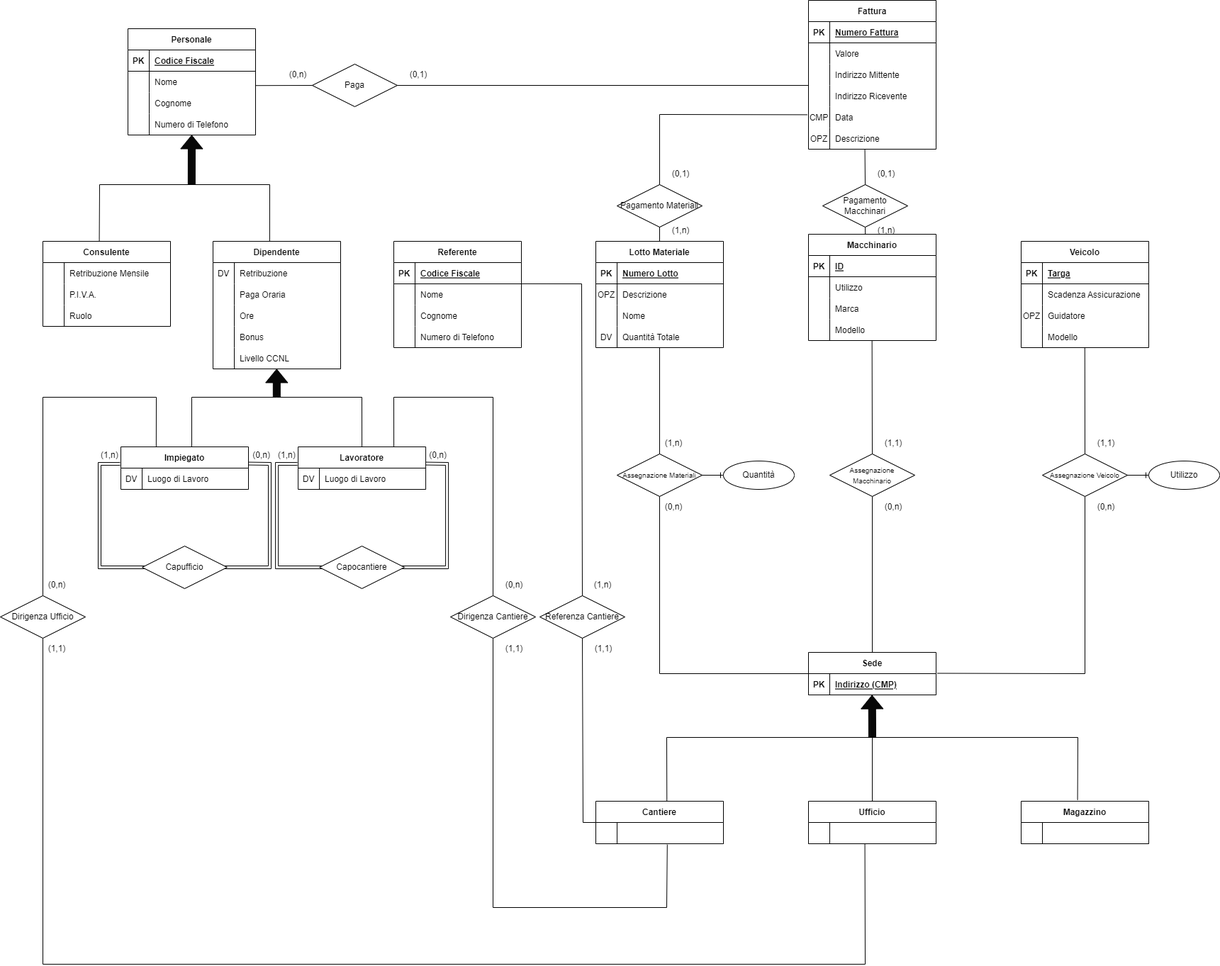
The draw.io diagram Immagine Diagramma ER.png in JacopoPassariello/BD2022, before a commit. Source tidied: cells renumbered, new cells last; positions are measured from the earlier drawing's top-left corner, leaving out a move shared by most shapes.
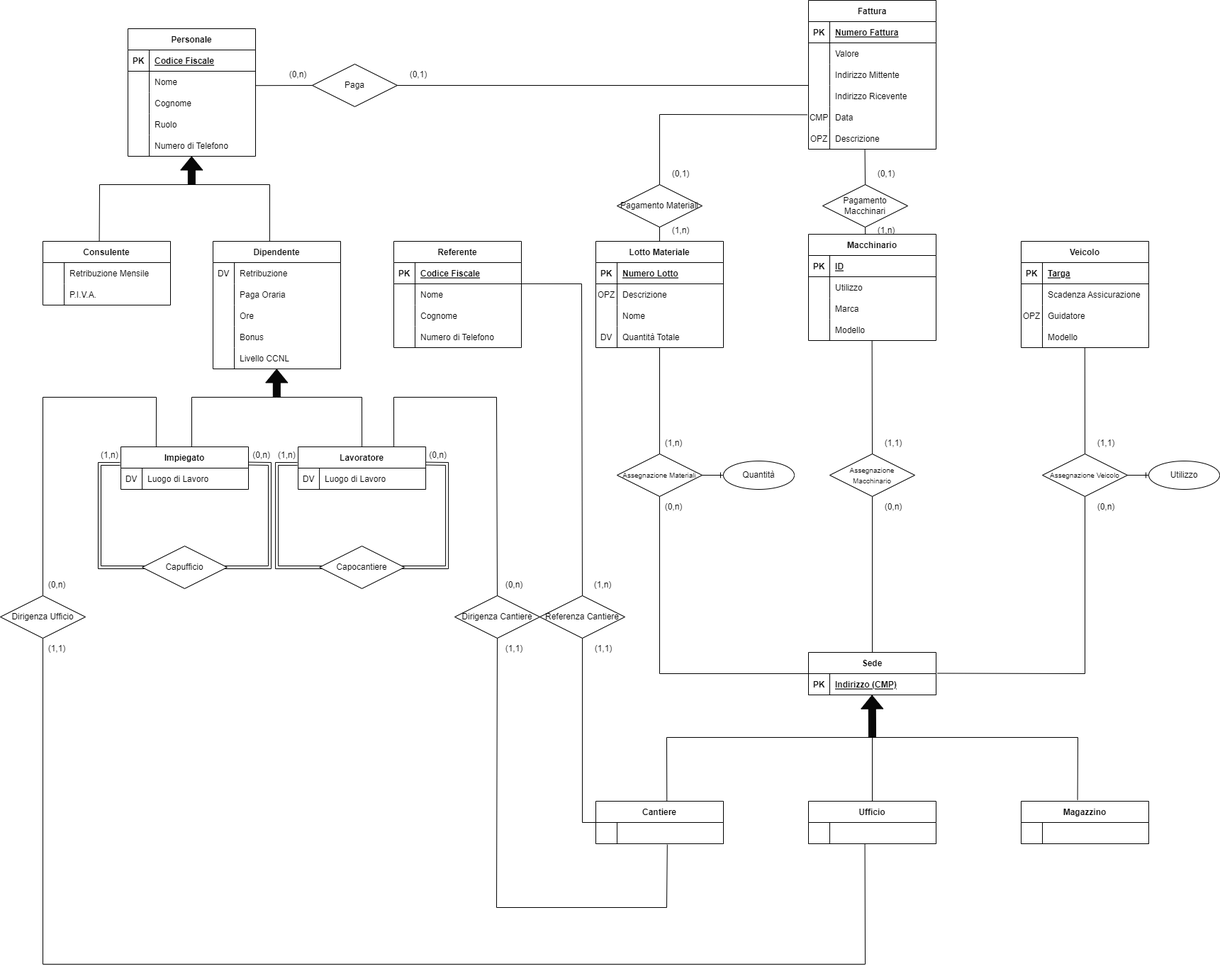
The same file after the commit.

Change to the diagram source:
```diff
@@ -3,7 +3,7 @@
     <mxCell id="0" />
     <mxCell id="1" parent="0" />
     <mxCell id="2" value="Personale" style="shape=table;startSize=30;rowLines=0;fontStyle=1;align=center;" parent="1" vertex="1">
-      <mxGeometry x="180" y="40" width="180" height="150" as="geometry" />
+      <mxGeometry x="180" y="40" width="180" height="180" as="geometry" />
     </mxCell>
     <mxCell id="3" style="shape=tableRow;horizontal=0;startSize=0;swimlaneHead=0;swimlaneBody=0;fillColor=none;top=0;left=0;right=0;bottom=1;" parent="2" vertex="1">
       <mxGeometry y="30" width="180" height="30" as="geometry" />
@@ -32,8 +32,17 @@
     <mxCell id="11" value="Cognome" style="shape=partialRectangle;fillColor=none;top=0;left=0;bottom=0;right=0;align=left;spacingLeft=6;overflow=hidden;" parent="9" vertex="1">
       <mxGeometry x="30" width="150" height="30" as="geometry" />
     </mxCell>
+    <mxCell id="206" style="shape=tableRow;horizontal=0;startSize=0;swimlaneHead=0;swimlaneBody=0;fillColor=none;top=0;left=0;right=0;bottom=0;" parent="2" vertex="1">
+      <mxGeometry y="120" width="180" height="30" as="geometry" />
+    </mxCell>
+    <mxCell id="23" style="shape=partialRectangle;fillColor=none;top=0;left=0;bottom=0;right=0;overflow=hidden;" parent="206" vertex="1">
+      <mxGeometry width="30" height="30" as="geometry" />
+    </mxCell>
+    <mxCell id="24" value="Ruolo" style="shape=partialRectangle;fillColor=none;top=0;left=0;bottom=0;right=0;align=left;spacingLeft=6;overflow=hidden;" parent="206" vertex="1">
+      <mxGeometry x="30" width="150" height="30" as="geometry" />
+    </mxCell>
     <mxCell id="12" style="shape=tableRow;horizontal=0;startSize=0;swimlaneHead=0;swimlaneBody=0;fillColor=none;points=[[0,0.5],[1,0.5]];portConstraint=eastwest;top=0;left=0;right=0;bottom=0;" parent="2" vertex="1">
-      <mxGeometry y="120" width="180" height="30" as="geometry" />
+      <mxGeometry y="150" width="180" height="30" as="geometry" />
     </mxCell>
     <mxCell id="13" style="shape=partialRectangle;fillColor=none;top=0;left=0;bottom=0;right=0;overflow=hidden;" parent="12" vertex="1">
       <mxGeometry width="30" height="30" as="geometry" />
@@ -42,7 +51,7 @@
       <mxGeometry x="30" width="150" height="30" as="geometry" />
     </mxCell>
     <mxCell id="15" value="Consulente" style="shape=table;startSize=30;rowLines=0;fontStyle=1;align=center;" parent="1" vertex="1">
-      <mxGeometry x="60" y="340" width="180" height="120" as="geometry" />
+      <mxGeometry x="60" y="340" width="180" height="90" as="geometry" />
     </mxCell>
     <mxCell id="16" style="shape=tableRow;horizontal=0;startSize=0;swimlaneHead=0;swimlaneBody=0;fillColor=none;top=0;left=0;right=0;bottom=0;" parent="15" vertex="1">
       <mxGeometry y="30" width="180" height="30" as="geometry" />
@@ -62,15 +71,6 @@
     <mxCell id="21" value="P.I.V.A." style="shape=partialRectangle;fillColor=none;top=0;left=0;bottom=0;right=0;align=left;spacingLeft=6;overflow=hidden;" parent="19" vertex="1">
       <mxGeometry x="30" width="150" height="30" as="geometry" />
     </mxCell>
-    <mxCell id="22" style="shape=tableRow;horizontal=0;startSize=0;swimlaneHead=0;swimlaneBody=0;fillColor=none;top=0;left=0;right=0;bottom=0;" parent="15" vertex="1">
-      <mxGeometry y="90" width="180" height="30" as="geometry" />
-    </mxCell>
-    <mxCell id="23" style="shape=partialRectangle;fillColor=none;top=0;left=0;bottom=0;right=0;overflow=hidden;" parent="22" vertex="1">
-      <mxGeometry width="30" height="30" as="geometry" />
-    </mxCell>
-    <mxCell id="24" value="Ruolo" style="shape=partialRectangle;fillColor=none;top=0;left=0;bottom=0;right=0;align=left;spacingLeft=6;overflow=hidden;" parent="22" vertex="1">
-      <mxGeometry x="30" width="150" height="30" as="geometry" />
-    </mxCell>
     <mxCell id="25" value="Dipendente" style="shape=table;startSize=30;rowLines=0;fontStyle=1;align=center;" parent="1" vertex="1">
       <mxGeometry x="300" y="340" width="180" height="180" as="geometry" />
     </mxCell>
@@ -119,9 +119,13 @@
     <mxCell id="40" value="Livello CCNL" style="shape=partialRectangle;fillColor=none;top=0;left=0;bottom=0;right=0;align=left;spacingLeft=6;overflow=hidden;" parent="38" vertex="1">
       <mxGeometry x="30" width="150" height="30" as="geometry" />
     </mxCell>
-    <mxCell id="41" style="shape=flexArrow;endArrow=classic;html=1;rounded=0;fillColor=#080808;" parent="1" edge="1" target="12">
+    <mxCell id="41" style="shape=flexArrow;endArrow=classic;html=1;rounded=0;fillColor=#080808;" parent="1" edge="1">
       <mxGeometry x="-0.14" y="10" relative="1" as="geometry">
         <mxPoint x="269.8" y="260" as="sourcePoint" />
+        <mxPoint x="269.8" y="220" as="targetPoint" />
+        <Array as="points">
+          <mxPoint x="269.8" y="220" />
+        </Array>
       </mxGeometry>
     </mxCell>
     <mxCell id="42" style="endArrow=none;html=1;rounded=0;fillColor=#080808;" parent="1" edge="1">
@@ -486,7 +490,7 @@
       </mxGeometry>
     </mxCell>
     <mxCell id="140" value="Dirigenza Cantiere" style="shape=rhombus;perimeter=rhombusPerimeter;whiteSpace=wrap;html=1;align=center;" parent="1" vertex="1">
-      <mxGeometry x="635" y="840" width="120" height="60" as="geometry" />
+      <mxGeometry x="641" y="840" width="120" height="60" as="geometry" />
     </mxCell>
     <mxCell id="141" value="Dirigenza Ufficio" style="shape=rhombus;perimeter=rhombusPerimeter;whiteSpace=wrap;html=1;align=center;" parent="1" vertex="1">
       <mxGeometry y="840" width="120" height="60" as="geometry" />
@@ -494,7 +498,7 @@
     <mxCell id="142" style="endArrow=none;html=1;rounded=0;fillColor=#080808;exitX=0.5;exitY=0;exitDx=0;exitDy=0;entryX=0.75;entryY=0;entryDx=0;entryDy=0;" parent="1" edge="1" source="140" target="57">
       <mxGeometry relative="1" as="geometry">
         <Array as="points">
-          <mxPoint x="695" y="560" />
+          <mxPoint x="700" y="560" />
           <mxPoint x="555" y="560" />
         </Array>
       </mxGeometry>
@@ -511,7 +515,7 @@
       <mxGeometry relative="1" as="geometry">
         <Array as="points">
           <mxPoint x="940" y="1280" />
-          <mxPoint x="695" y="1280" />
+          <mxPoint x="700" y="1280" />
         </Array>
       </mxGeometry>
     </mxCell>
@@ -692,7 +696,7 @@
     <mxCell id="198" style="endArrow=none;html=1;rounded=0;fillColor=#080808;exitX=0;exitY=0.5;exitDx=0;exitDy=0;entryX=0.5;entryY=1;entryDx=0;entryDy=0;" parent="1" edge="1" source="123" target="197">
       <mxGeometry relative="1" as="geometry">
         <Array as="points">
-          <mxPoint x="822" y="1160" />
+          <mxPoint x="821" y="1160" />
         </Array>
       </mxGeometry>
     </mxCell>
```
